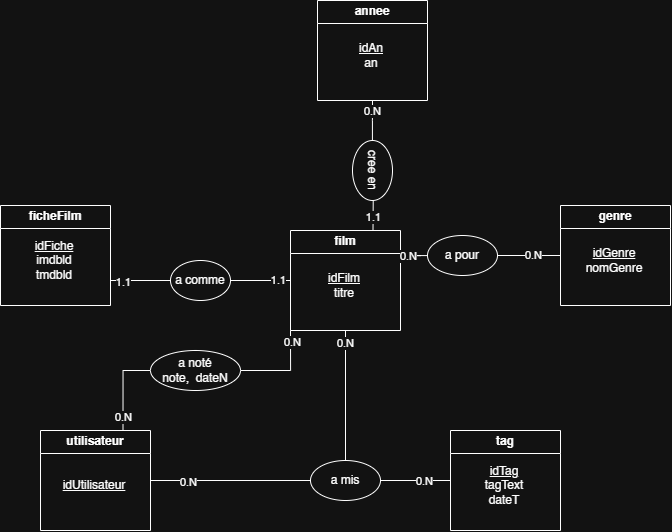
The draw.io diagram images/MEA.png in cynhlfn/projetSAE, before a commit. Source tidied: cells renumbered, new cells last; positions are measured from the earlier drawing's top-left corner, leaving out a move shared by most shapes. The source it was exported from:
```xml
<mxGraphModel>
  <root>
    <mxCell id="0" />
    <mxCell id="1" parent="0" />
    <mxCell id="2" style="edgeStyle=orthogonalEdgeStyle;rounded=0;jettySize=auto;html=1;exitX=0.039;exitY=0.502;exitDx=0;exitDy=0;entryX=0.5;entryY=1;entryDx=0;entryDy=0;endArrow=none;endFill=0;exitPerimeter=0;" parent="1" edge="1" source="29" target="14">
      <mxGeometry relative="1" as="geometry" />
    </mxCell>
    <mxCell id="3" value="0.N" style="edgeLabel;html=1;align=center;verticalAlign=middle;" parent="2" vertex="1">
      <mxGeometry x="0.52" y="1" relative="1" as="geometry" />
    </mxCell>
    <mxCell id="4" style="edgeStyle=orthogonalEdgeStyle;rounded=0;jettySize=auto;html=1;exitX=1;exitY=0.5;exitDx=0;exitDy=0;endArrow=none;endFill=0;entryX=0;entryY=0.5;entryDx=0;entryDy=0;" parent="1" edge="1" source="32" target="16">
      <mxGeometry relative="1" as="geometry" />
    </mxCell>
    <mxCell id="5" value="0.N" style="edgeLabel;html=1;align=center;verticalAlign=middle;" parent="4" vertex="1">
      <mxGeometry x="0.15" y="1" relative="1" as="geometry" />
    </mxCell>
    <mxCell id="6" style="edgeStyle=orthogonalEdgeStyle;rounded=0;jettySize=auto;html=1;exitX=0;exitY=0.5;exitDx=0;exitDy=0;endArrow=none;endFill=0;entryX=1;entryY=0.5;entryDx=0;entryDy=0;" parent="1" edge="1" source="37" target="12">
      <mxGeometry relative="1" as="geometry" />
    </mxCell>
    <mxCell id="7" value="0.N" style="edgeLabel;html=1;align=center;verticalAlign=middle;" parent="6" vertex="1">
      <mxGeometry x="0.53" y="1" relative="1" as="geometry" />
    </mxCell>
    <mxCell id="8" value="film" style="swimlane;whiteSpace=wrap;html=1;" parent="1" vertex="1">
      <mxGeometry x="290" y="230" width="110" height="100" as="geometry" />
    </mxCell>
    <mxCell id="9" value="&lt;u&gt;idFilm&lt;/u&gt;&lt;div&gt;titre&lt;/div&gt;" style="text;html=1;whiteSpace=wrap;strokeColor=none;fillColor=none;align=center;verticalAlign=middle;rounded=0;" parent="8" vertex="1">
      <mxGeometry x="24" y="40" width="60" height="30" as="geometry" />
    </mxCell>
    <mxCell id="10" style="edgeStyle=orthogonalEdgeStyle;rounded=0;jettySize=auto;html=1;entryX=0;entryY=1;entryDx=0;entryDy=0;exitX=1;exitY=0.5;exitDx=0;exitDy=0;endArrow=none;endFill=0;" parent="1" edge="1" source="40" target="8">
      <mxGeometry relative="1" as="geometry" />
    </mxCell>
    <mxCell id="11" value="0.N" style="edgeLabel;html=1;align=center;verticalAlign=middle;" parent="10" vertex="1">
      <mxGeometry x="0.73" y="-1" relative="1" as="geometry" />
    </mxCell>
    <mxCell id="12" value="utilisateur" style="swimlane;whiteSpace=wrap;html=1;" parent="1" vertex="1">
      <mxGeometry x="40" y="430" width="110" height="100" as="geometry" />
    </mxCell>
    <mxCell id="13" value="&lt;u&gt;idUtilisateur&lt;/u&gt;" style="text;html=1;whiteSpace=wrap;strokeColor=none;fillColor=none;align=center;verticalAlign=middle;rounded=0;" parent="12" vertex="1">
      <mxGeometry x="24" y="40" width="60" height="30" as="geometry" />
    </mxCell>
    <mxCell id="14" value="annee" style="swimlane;whiteSpace=wrap;html=1;" parent="1" vertex="1">
      <mxGeometry x="317" width="110" height="100" as="geometry" />
    </mxCell>
    <mxCell id="15" value="&lt;u&gt;idAn&lt;/u&gt;&lt;div&gt;an&lt;/div&gt;" style="text;html=1;whiteSpace=wrap;strokeColor=none;fillColor=none;align=center;verticalAlign=middle;rounded=0;" parent="14" vertex="1">
      <mxGeometry x="24" y="40" width="60" height="30" as="geometry" />
    </mxCell>
    <mxCell id="16" value="genre" style="swimlane;whiteSpace=wrap;html=1;" parent="1" vertex="1">
      <mxGeometry x="560" y="205" width="110" height="100" as="geometry" />
    </mxCell>
    <mxCell id="17" value="&lt;u&gt;idGenre&lt;/u&gt;&lt;div&gt;nomGenre&lt;/div&gt;" style="text;html=1;whiteSpace=wrap;strokeColor=none;fillColor=none;align=center;verticalAlign=middle;rounded=0;" parent="16" vertex="1">
      <mxGeometry x="24" y="40" width="60" height="30" as="geometry" />
    </mxCell>
    <mxCell id="18" value="tag" style="swimlane;whiteSpace=wrap;html=1;" parent="1" vertex="1">
      <mxGeometry x="450" y="430" width="110" height="100" as="geometry" />
    </mxCell>
    <mxCell id="19" value="&lt;u&gt;idTag&lt;/u&gt;&lt;div&gt;tagText&lt;/div&gt;&lt;div&gt;dateT&lt;/div&gt;" style="text;html=1;whiteSpace=wrap;strokeColor=none;fillColor=none;align=center;verticalAlign=middle;rounded=0;" parent="18" vertex="1">
      <mxGeometry x="24" y="40" width="60" height="30" as="geometry" />
    </mxCell>
    <mxCell id="20" style="edgeStyle=orthogonalEdgeStyle;rounded=0;jettySize=auto;html=1;exitX=1;exitY=0.5;exitDx=0;exitDy=0;entryX=0;entryY=0.5;entryDx=0;entryDy=0;endArrow=none;endFill=0;" parent="1" edge="1" source="26" target="8">
      <mxGeometry relative="1" as="geometry" />
    </mxCell>
    <mxCell id="21" value="1.1" style="edgeLabel;html=1;align=center;verticalAlign=middle;" parent="20" vertex="1">
      <mxGeometry x="0.58" y="1" relative="1" as="geometry" />
    </mxCell>
    <mxCell id="22" value="ficheFilm" style="swimlane;whiteSpace=wrap;html=1;" parent="1" vertex="1">
      <mxGeometry y="205" width="110" height="100" as="geometry" />
    </mxCell>
    <mxCell id="23" value="&lt;u&gt;idFiche&lt;/u&gt;&lt;div&gt;imdbld&lt;/div&gt;&lt;div&gt;tmdbld&lt;/div&gt;" style="text;html=1;whiteSpace=wrap;strokeColor=none;fillColor=none;align=center;verticalAlign=middle;rounded=0;" parent="22" vertex="1">
      <mxGeometry x="24" y="40" width="60" height="30" as="geometry" />
    </mxCell>
    <mxCell id="24" style="edgeStyle=orthogonalEdgeStyle;rounded=0;jettySize=auto;html=1;exitX=1;exitY=0.75;exitDx=0;exitDy=0;entryX=0;entryY=0.5;entryDx=0;entryDy=0;endArrow=none;endFill=0;" parent="1" edge="1" source="22" target="26">
      <mxGeometry relative="1" as="geometry" />
    </mxCell>
    <mxCell id="25" value="1.1" style="edgeLabel;html=1;align=center;verticalAlign=middle;" parent="24" vertex="1">
      <mxGeometry x="-0.61" y="-1" relative="1" as="geometry" />
    </mxCell>
    <mxCell id="26" value="a comme" style="ellipse;whiteSpace=wrap;html=1;" parent="1" vertex="1">
      <mxGeometry x="170" y="260" width="60" height="40" as="geometry" />
    </mxCell>
    <mxCell id="27" style="edgeStyle=orthogonalEdgeStyle;rounded=0;jettySize=auto;html=1;exitX=0.75;exitY=0;exitDx=0;exitDy=0;entryX=1.007;entryY=0.482;entryDx=0;entryDy=0;endArrow=none;endFill=0;entryPerimeter=0;" parent="1" edge="1" source="8" target="29">
      <mxGeometry relative="1" as="geometry" />
    </mxCell>
    <mxCell id="28" value="1.1" style="edgeLabel;html=1;align=center;verticalAlign=middle;" parent="27" vertex="1">
      <mxGeometry x="-0.1" relative="1" as="geometry" />
    </mxCell>
    <mxCell id="29" value="cree en" style="ellipse;whiteSpace=wrap;html=1;rotation=90;" parent="1" vertex="1">
      <mxGeometry x="342" y="150" width="60" height="40" as="geometry" />
    </mxCell>
    <mxCell id="30" style="edgeStyle=orthogonalEdgeStyle;rounded=0;jettySize=auto;html=1;exitX=1;exitY=0.25;exitDx=0;exitDy=0;endArrow=none;endFill=0;" parent="1" edge="1" source="8" target="32">
      <mxGeometry relative="1" as="geometry" />
    </mxCell>
    <mxCell id="31" value="0.N" style="edgeLabel;html=1;align=center;verticalAlign=middle;" parent="30" vertex="1">
      <mxGeometry x="-0.7" relative="1" as="geometry" />
    </mxCell>
    <mxCell id="32" value="a pour" style="ellipse;whiteSpace=wrap;html=1;" parent="1" vertex="1">
      <mxGeometry x="427" y="235" width="70" height="40" as="geometry" />
    </mxCell>
    <mxCell id="33" style="edgeStyle=orthogonalEdgeStyle;rounded=0;jettySize=auto;html=1;exitX=0.5;exitY=1;exitDx=0;exitDy=0;endArrow=none;endFill=0;" parent="1" edge="1" source="8" target="37">
      <mxGeometry relative="1" as="geometry" />
    </mxCell>
    <mxCell id="34" value="0.N" style="edgeLabel;html=1;align=center;verticalAlign=middle;" parent="33" vertex="1">
      <mxGeometry x="-0.82" y="-1" relative="1" as="geometry" />
    </mxCell>
    <mxCell id="35" style="edgeStyle=orthogonalEdgeStyle;rounded=0;jettySize=auto;html=1;entryX=0;entryY=0.5;entryDx=0;entryDy=0;endArrow=none;endFill=0;" parent="1" edge="1" source="37" target="18">
      <mxGeometry relative="1" as="geometry" />
    </mxCell>
    <mxCell id="36" value="0.N" style="edgeLabel;html=1;align=center;verticalAlign=middle;" parent="35" vertex="1">
      <mxGeometry x="0.24" relative="1" as="geometry" />
    </mxCell>
    <mxCell id="37" value="a mis" style="ellipse;whiteSpace=wrap;html=1;" parent="1" vertex="1">
      <mxGeometry x="310" y="460" width="70" height="40" as="geometry" />
    </mxCell>
    <mxCell id="38" style="edgeStyle=orthogonalEdgeStyle;rounded=0;jettySize=auto;html=1;entryX=0;entryY=0.5;entryDx=0;entryDy=0;exitX=0.75;exitY=0;exitDx=0;exitDy=0;endArrow=none;endFill=0;" parent="1" edge="1" source="12" target="40">
      <mxGeometry relative="1" as="geometry" />
    </mxCell>
    <mxCell id="39" value="0.N" style="edgeLabel;html=1;align=center;verticalAlign=middle;" parent="38" vertex="1">
      <mxGeometry x="-0.7" relative="1" as="geometry" />
    </mxCell>
    <mxCell id="40" value="a noté&lt;div&gt;note,&amp;nbsp; dateN&lt;/div&gt;" style="ellipse;whiteSpace=wrap;html=1;" parent="1" vertex="1">
      <mxGeometry x="150" y="350" width="90" height="40" as="geometry" />
    </mxCell>
  </root>
</mxGraphModel>
```
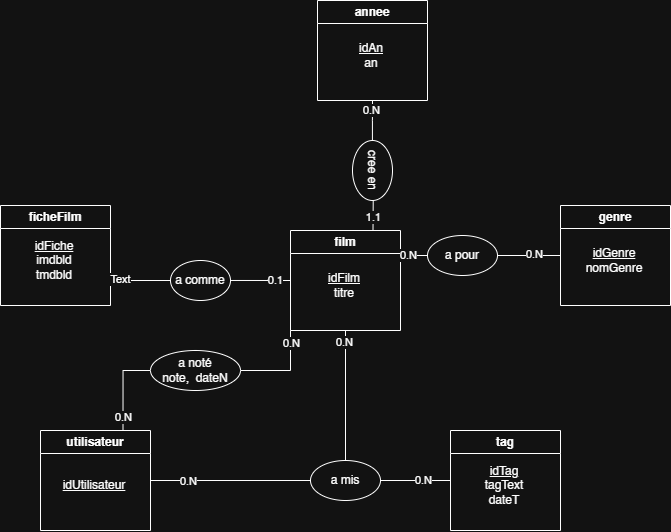
The same file after the commit.

The edit, as a diff of the source:
```diff
@@ -56,12 +56,14 @@
     <mxCell id="19" value="&lt;u&gt;idTag&lt;/u&gt;&lt;div&gt;tagText&lt;/div&gt;&lt;div&gt;dateT&lt;/div&gt;" style="text;html=1;whiteSpace=wrap;strokeColor=none;fillColor=none;align=center;verticalAlign=middle;rounded=0;" parent="18" vertex="1">
       <mxGeometry x="24" y="40" width="60" height="30" as="geometry" />
     </mxCell>
-    <mxCell id="20" style="edgeStyle=orthogonalEdgeStyle;rounded=0;jettySize=auto;html=1;exitX=1;exitY=0.5;exitDx=0;exitDy=0;entryX=0;entryY=0.5;entryDx=0;entryDy=0;endArrow=none;endFill=0;" parent="1" edge="1" source="26" target="8">
-      <mxGeometry relative="1" as="geometry" />
+    <mxCell id="20" style="edgeStyle=orthogonalEdgeStyle;rounded=0;jettySize=auto;html=1;exitX=1;exitY=0.5;exitDx=0;exitDy=0;entryX=0;entryY=0.5;entryDx=0;entryDy=0;endArrow=none;endFill=0;" parent="1" edge="1" target="8">
+      <mxGeometry relative="1" as="geometry">
+        <mxPoint x="220" y="280" as="sourcePoint" />
+      </mxGeometry>
     </mxCell>
-    <mxCell id="21" value="1.1" style="edgeLabel;html=1;align=center;verticalAlign=middle;" parent="20" vertex="1">
-      <mxGeometry x="0.58" y="1" relative="1" as="geometry" />
-    </mxCell>
+    <mxCell id="41" value="0.1" style="edgeLabel;html=1;align=center;verticalAlign=middle;" parent="20" vertex="1">
+      <mxGeometry x="0.55" relative="1" as="geometry" />
+    </mxCell>
     <mxCell id="22" value="ficheFilm" style="swimlane;whiteSpace=wrap;html=1;" parent="1" vertex="1">
       <mxGeometry y="205" width="110" height="100" as="geometry" />
     </mxCell>
@@ -71,9 +73,9 @@
     <mxCell id="24" style="edgeStyle=orthogonalEdgeStyle;rounded=0;jettySize=auto;html=1;exitX=1;exitY=0.75;exitDx=0;exitDy=0;entryX=0;entryY=0.5;entryDx=0;entryDy=0;endArrow=none;endFill=0;" parent="1" edge="1" source="22" target="26">
       <mxGeometry relative="1" as="geometry" />
     </mxCell>
-    <mxCell id="25" value="1.1" style="edgeLabel;html=1;align=center;verticalAlign=middle;" parent="24" vertex="1">
-      <mxGeometry x="-0.61" y="-1" relative="1" as="geometry" />
-    </mxCell>
+    <mxCell id="42" value="Text" style="edgeLabel;html=1;align=center;verticalAlign=middle;" parent="24" vertex="1">
+      <mxGeometry x="-0.66" y="1" relative="1" as="geometry" />
+    </mxCell>
     <mxCell id="26" value="a comme" style="ellipse;whiteSpace=wrap;html=1;" parent="1" vertex="1">
       <mxGeometry x="170" y="260" width="60" height="40" as="geometry" />
     </mxCell>
```
